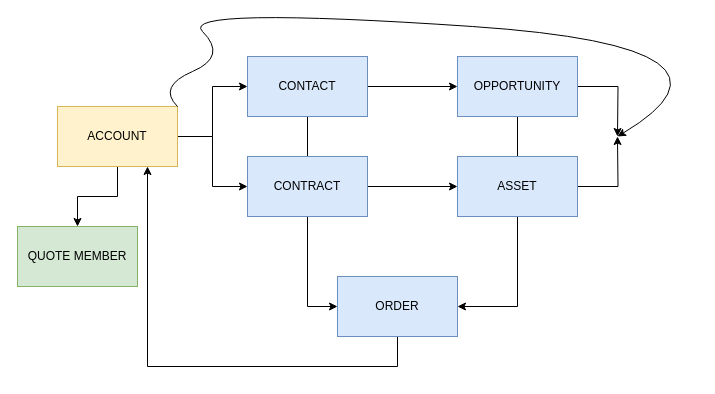
Before: Relacionamentos.drawio in wcamillo/consultaperfil, a draw.io diagram. Source tidied: cells renumbered, new cells numbered last; positions are measured from the earlier drawing's top-left corner, leaving out a move shared by most shapes. Both pictures are drawn from the tidied source at 100%, with x=0, y=0 at pixel (17, 6).
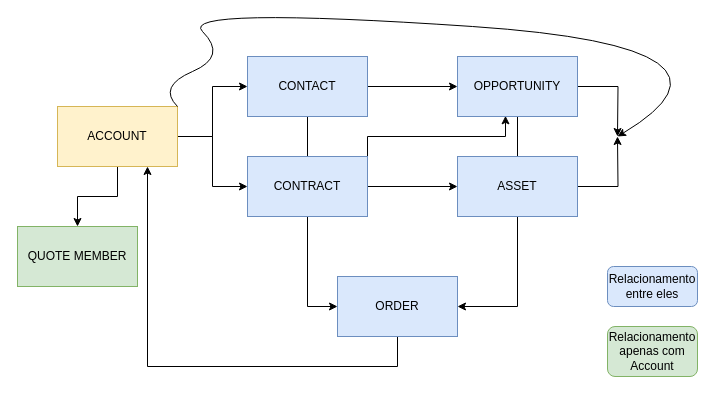
After the change.

Unchanged cells that the change refers to:
```xml
<mxCell id="8" value="CONTRACT" style="rounded=0;whiteSpace=wrap;html=1;fillColor=#dae8fc;strokeColor=#6c8ebf;" parent="1" vertex="1">
  <mxGeometry x="230" y="150" width="120" height="60" as="geometry" />
</mxCell>
<mxCell id="13" value="OPPORTUNITY" style="rounded=0;whiteSpace=wrap;html=1;fillColor=#dae8fc;strokeColor=#6c8ebf;" parent="1" vertex="1">
  <mxGeometry x="440" y="50" width="120" height="60" as="geometry" />
</mxCell>
```

What changed in the source:
```diff
@@
+    <mxCell id="20" style="edgeStyle=orthogonalEdgeStyle;rounded=0;jettySize=auto;html=1;exitX=1;exitY=0;exitDx=0;exitDy=0;entryX=0.4;entryY=0.989;entryDx=0;entryDy=0;entryPerimeter=0;" parent="1" edge="1" source="8" target="13">
+      <mxGeometry relative="1" as="geometry" />
+    </mxCell>
@@
+    <mxCell id="21" value="Relacionamento entre eles" style="rounded=1;whiteSpace=wrap;html=1;fillColor=#dae8fc;strokeColor=#6c8ebf;" parent="1" vertex="1">
+      <mxGeometry x="590" y="260" width="90" height="40" as="geometry" />
+    </mxCell>
+    <mxCell id="22" value="Relacionamento apenas com Account" style="rounded=1;whiteSpace=wrap;html=1;fillColor=#d5e8d4;strokeColor=#82b366;" parent="1" vertex="1">
+      <mxGeometry x="590" y="320" width="90" height="50" as="geometry" />
+    </mxCell>
```
